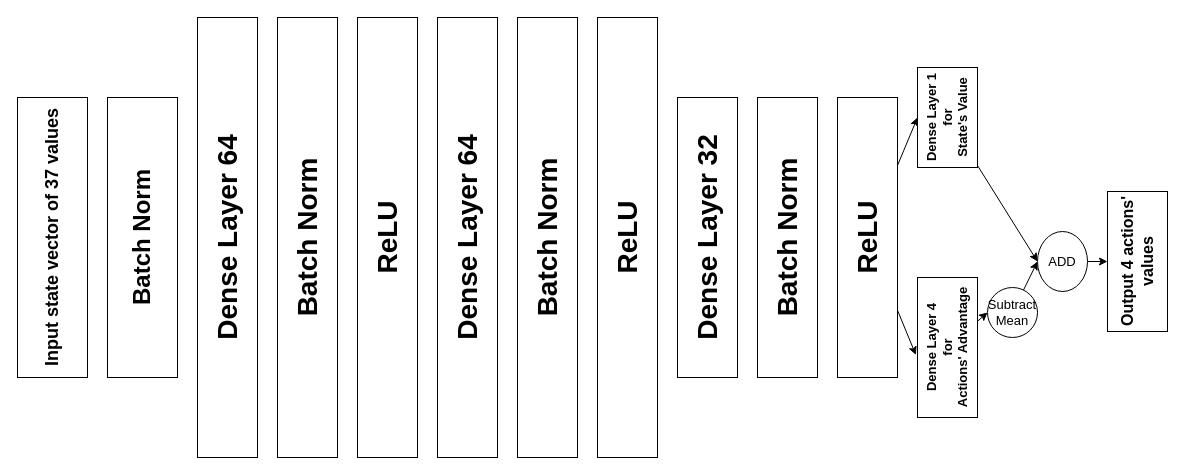
The draw.io diagram Network_Diagram.drawio in drormeir/BananaCollectorRL, before the edit. Source tidied: cells renumbered, new cells numbered last; positions are measured from the earlier drawing's top-left corner, leaving out a move shared by most shapes. Both pictures are drawn from the tidied source at 100%, with x=0, y=0 at pixel (17, 17).
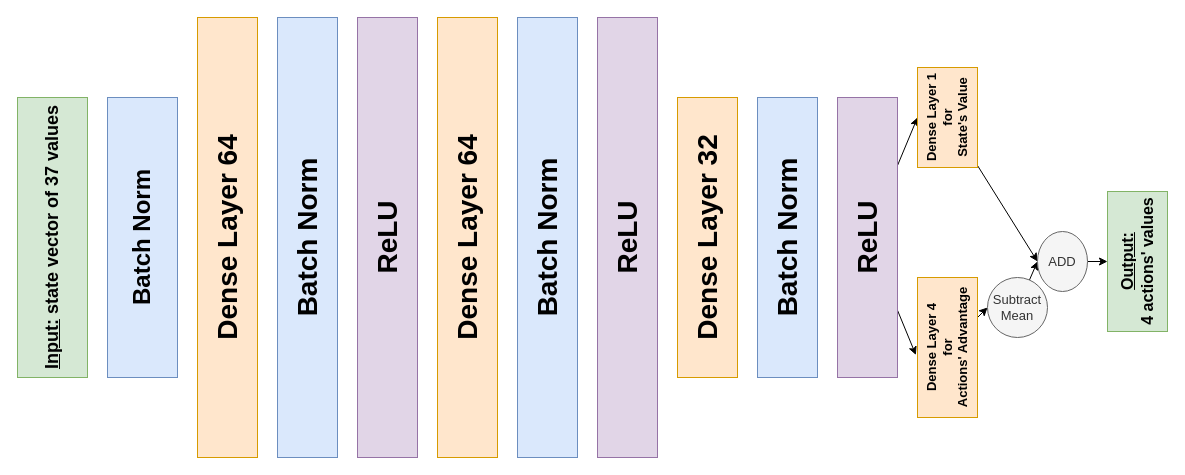
After the change.

What changed in the source:
```diff
@@
-    <mxCell id="2" value="Input state vector of 37 values" style="rounded=0;whiteSpace=wrap;html=1;horizontal=0;fontStyle=1;fontSize=18;" parent="1" vertex="1">
+    <mxCell id="2" value="&lt;u&gt;Input:&lt;/u&gt; state vector of 37 values" style="rounded=0;whiteSpace=wrap;html=1;horizontal=0;fontStyle=1;fontSize=18;fillColor=#d5e8d4;strokeColor=#82b366;" parent="1" vertex="1">
       <mxGeometry y="80" width="70" height="280" as="geometry" />
     </mxCell>
-    <mxCell id="3" value="Batch Norm" style="rounded=0;whiteSpace=wrap;html=1;horizontal=0;fontStyle=1;fontSize=24;" parent="1" vertex="1">
+    <mxCell id="3" value="Batch Norm" style="rounded=0;whiteSpace=wrap;html=1;horizontal=0;fontStyle=1;fontSize=24;fillColor=#dae8fc;strokeColor=#6c8ebf;" parent="1" vertex="1">
       <mxGeometry x="90" y="80" width="70" height="280" as="geometry" />
     </mxCell>
-    <mxCell id="4" value="Dense Layer 64" style="rounded=0;whiteSpace=wrap;html=1;fontSize=28;horizontal=0;fontStyle=1;" parent="1" vertex="1">
+    <mxCell id="4" value="Dense Layer 64" style="rounded=0;whiteSpace=wrap;html=1;fontSize=28;horizontal=0;fontStyle=1;fillColor=#ffe6cc;strokeColor=#d79b00;" parent="1" vertex="1">
       <mxGeometry x="180" width="60" height="440" as="geometry" />
     </mxCell>
-    <mxCell id="5" value="Batch Norm" style="rounded=0;whiteSpace=wrap;html=1;fontSize=28;horizontal=0;fontStyle=1;" parent="1" vertex="1">
+    <mxCell id="5" value="Batch Norm" style="rounded=0;whiteSpace=wrap;html=1;fontSize=28;horizontal=0;fontStyle=1;fillColor=#dae8fc;strokeColor=#6c8ebf;" parent="1" vertex="1">
       <mxGeometry x="260" width="60" height="440" as="geometry" />
     </mxCell>
-    <mxCell id="6" value="ReLU" style="rounded=0;whiteSpace=wrap;html=1;fontSize=28;horizontal=0;fontStyle=1;" parent="1" vertex="1">
+    <mxCell id="6" value="ReLU" style="rounded=0;whiteSpace=wrap;html=1;fontSize=28;horizontal=0;fontStyle=1;fillColor=#e1d5e7;strokeColor=#9673a6;" parent="1" vertex="1">
       <mxGeometry x="340" width="60" height="440" as="geometry" />
     </mxCell>
-    <mxCell id="7" value="Dense Layer 64" style="rounded=0;whiteSpace=wrap;html=1;fontSize=28;horizontal=0;fontStyle=1;" parent="1" vertex="1">
+    <mxCell id="7" value="Dense Layer 64" style="rounded=0;whiteSpace=wrap;html=1;fontSize=28;horizontal=0;fontStyle=1;fillColor=#ffe6cc;strokeColor=#d79b00;" parent="1" vertex="1">
       <mxGeometry x="420" width="60" height="440" as="geometry" />
     </mxCell>
-    <mxCell id="8" value="Batch Norm" style="rounded=0;whiteSpace=wrap;html=1;fontSize=28;horizontal=0;fontStyle=1;" parent="1" vertex="1">
+    <mxCell id="8" value="Batch Norm" style="rounded=0;whiteSpace=wrap;html=1;fontSize=28;horizontal=0;fontStyle=1;fillColor=#dae8fc;strokeColor=#6c8ebf;" parent="1" vertex="1">
       <mxGeometry x="500" width="60" height="440" as="geometry" />
     </mxCell>
-    <mxCell id="9" value="ReLU" style="rounded=0;whiteSpace=wrap;html=1;fontSize=28;horizontal=0;fontStyle=1;" parent="1" vertex="1">
+    <mxCell id="9" value="ReLU" style="rounded=0;whiteSpace=wrap;html=1;fontSize=28;horizontal=0;fontStyle=1;fillColor=#e1d5e7;strokeColor=#9673a6;" parent="1" vertex="1">
       <mxGeometry x="580" width="60" height="440" as="geometry" />
     </mxCell>
-    <mxCell id="10" value="Dense Layer 32" style="rounded=0;whiteSpace=wrap;html=1;fontSize=28;horizontal=0;fontStyle=1;" parent="1" vertex="1">
+    <mxCell id="10" value="Dense Layer 32" style="rounded=0;whiteSpace=wrap;html=1;fontSize=28;horizontal=0;fontStyle=1;fillColor=#ffe6cc;strokeColor=#d79b00;" parent="1" vertex="1">
       <mxGeometry x="660" y="80" width="60" height="280" as="geometry" />
     </mxCell>
-    <mxCell id="11" value="Batch Norm" style="rounded=0;whiteSpace=wrap;html=1;fontSize=28;horizontal=0;fontStyle=1;" parent="1" vertex="1">
+    <mxCell id="11" value="Batch Norm" style="rounded=0;whiteSpace=wrap;html=1;fontSize=28;horizontal=0;fontStyle=1;fillColor=#dae8fc;strokeColor=#6c8ebf;" parent="1" vertex="1">
       <mxGeometry x="740" y="80" width="60" height="280" as="geometry" />
     </mxCell>
@@
-    <mxCell id="14" value="ReLU" style="rounded=0;whiteSpace=wrap;html=1;fontSize=28;horizontal=0;fontStyle=1;" parent="1" vertex="1">
+    <mxCell id="14" value="ReLU" style="rounded=0;whiteSpace=wrap;html=1;fontSize=28;horizontal=0;fontStyle=1;fillColor=#e1d5e7;strokeColor=#9673a6;" parent="1" vertex="1">
       <mxGeometry x="820" y="80" width="60" height="280" as="geometry" />
     </mxCell>
@@
-    <mxCell id="16" value="Dense Layer 1&lt;br style=&quot;font-size: 13px;&quot;&gt;for&lt;br style=&quot;font-size: 13px;&quot;&gt;State's Value" style="rounded=0;whiteSpace=wrap;html=1;fontSize=13;horizontal=0;fontStyle=1;" parent="1" vertex="1">
+    <mxCell id="16" value="Dense Layer 1&lt;br style=&quot;font-size: 13px;&quot;&gt;for&lt;br style=&quot;font-size: 13px;&quot;&gt;State's Value" style="rounded=0;whiteSpace=wrap;html=1;fontSize=13;horizontal=0;fontStyle=1;fillColor=#ffe6cc;strokeColor=#d79b00;" parent="1" vertex="1">
       <mxGeometry x="900" y="50" width="60" height="100" as="geometry" />
     </mxCell>
@@
-    <mxCell id="18" value="Dense Layer 4&lt;br style=&quot;font-size: 13px&quot;&gt;for&lt;br style=&quot;font-size: 13px&quot;&gt;Actions' Advantage" style="rounded=0;whiteSpace=wrap;html=1;fontSize=13;horizontal=0;fontStyle=1;" parent="1" vertex="1">
+    <mxCell id="18" value="Dense Layer 4&lt;br style=&quot;font-size: 13px&quot;&gt;for&lt;br style=&quot;font-size: 13px&quot;&gt;Actions' Advantage" style="rounded=0;whiteSpace=wrap;html=1;fontSize=13;horizontal=0;fontStyle=1;fillColor=#ffe6cc;strokeColor=#d79b00;" parent="1" vertex="1">
       <mxGeometry x="900" y="260" width="60" height="140" as="geometry" />
     </mxCell>
-    <mxCell id="19" value="Output 4 actions' values" style="rounded=0;whiteSpace=wrap;html=1;fontSize=16;horizontal=0;fontStyle=1;" parent="1" vertex="1">
+    <mxCell id="19" value="&lt;u&gt;Output:&lt;/u&gt;&lt;br&gt;4 actions' values" style="rounded=0;whiteSpace=wrap;html=1;fontSize=16;horizontal=0;fontStyle=1;fillColor=#d5e8d4;strokeColor=#82b366;" parent="1" vertex="1">
       <mxGeometry x="1090" y="174" width="60" height="140" as="geometry" />
     </mxCell>
@@
-    <mxCell id="21" value="Subtract Mean" style="ellipse;whiteSpace=wrap;html=1;fontSize=13;" parent="1" vertex="1">
-      <mxGeometry x="970" y="270" width="50" height="50" as="geometry" />
+    <mxCell id="21" value="Subtract Mean" style="ellipse;whiteSpace=wrap;html=1;fontSize=13;fillColor=#f5f5f5;strokeColor=#666666;fontColor=#333333;" parent="1" vertex="1">
+      <mxGeometry x="970" y="260" width="60" height="60" as="geometry" />
     </mxCell>
@@
-    <mxCell id="23" value="ADD" style="ellipse;whiteSpace=wrap;html=1;fontSize=13;" parent="1" vertex="1">
+    <mxCell id="23" value="ADD" style="ellipse;whiteSpace=wrap;html=1;fontSize=13;fillColor=#f5f5f5;strokeColor=#666666;fontColor=#333333;" parent="1" vertex="1">
       <mxGeometry x="1020" y="214" width="50" height="60" as="geometry" />
     </mxCell>
```
